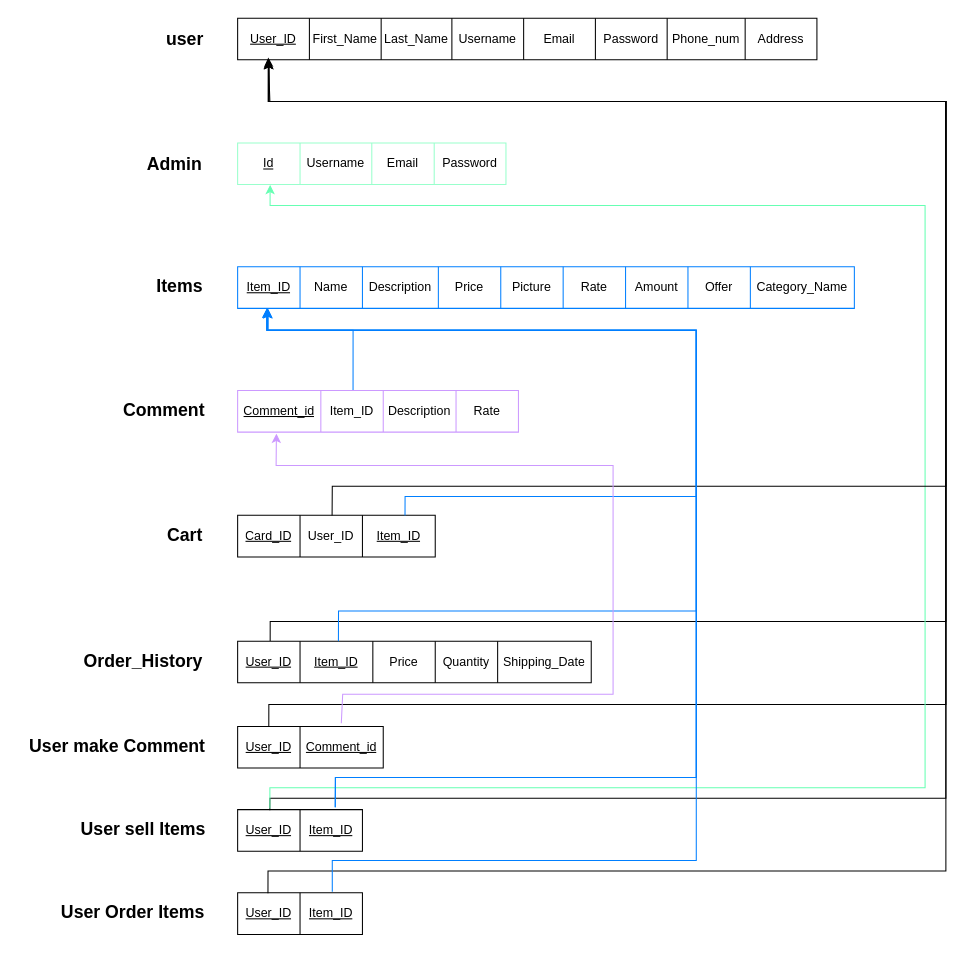
khaledkaram510/SWE-project keeps this draw.io diagram as digrams/database_Digram.drawio. Above is the earlier version. Source tidied: cells renumbered, new cells numbered last; positions are measured from the earlier drawing's top-left corner, leaving out a move shared by most shapes. Both pictures are drawn from the tidied source at 104%, with x=0, y=0 at pixel (18, 18).
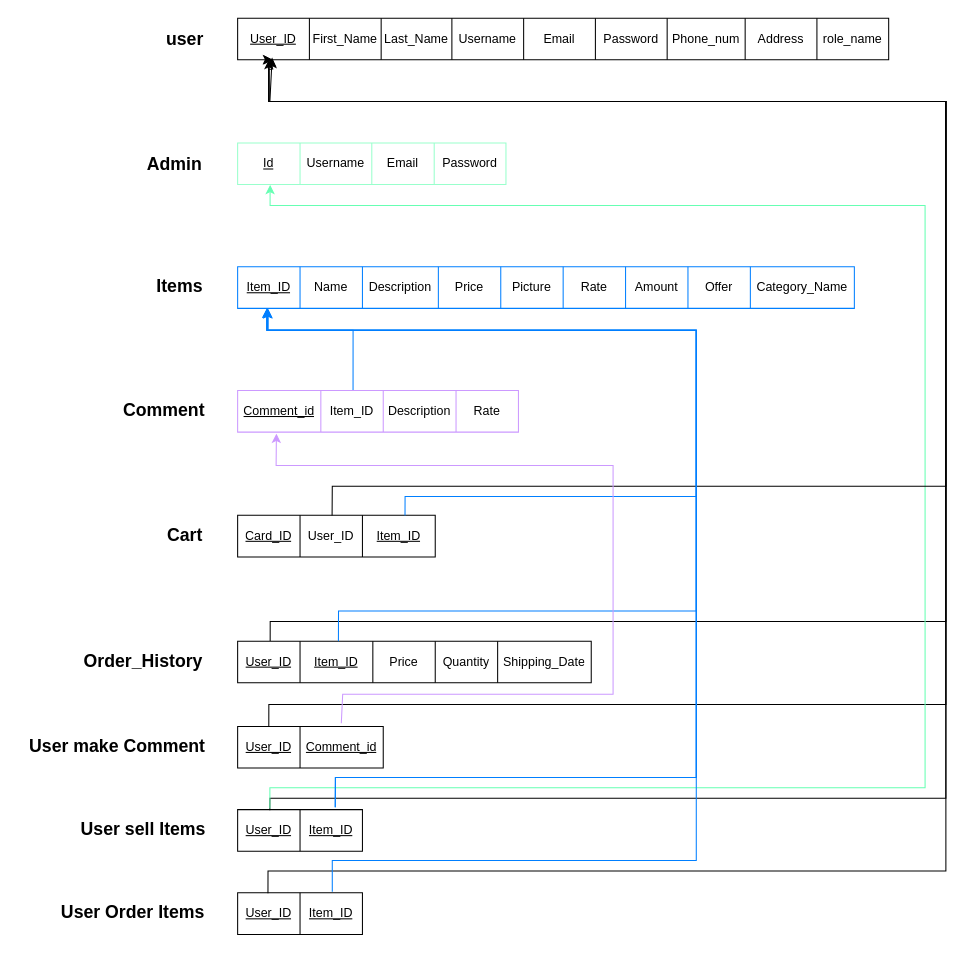
The same page after the edit.

Unchanged cells that the change refers to:
```xml
<mxCell id="46" style="shape=tableRow;horizontal=0;startSize=0;swimlaneHead=0;swimlaneBody=0;strokeColor=inherit;top=0;left=0;bottom=0;right=0;fillColor=none;points=[[0,0.5],[1,0.5]];portConstraint=eastwest;" parent="45" vertex="1">
  <mxGeometry width="340" height="40" as="geometry" />
</mxCell>
```

What changed in the source:
```diff
@@
     <mxCell id="2" style="shape=table;startSize=0;childLayout=tableLayout;" parent="1" vertex="1">
-      <mxGeometry x="211" width="557" height="40" as="geometry" />
+      <mxGeometry x="211" width="626" height="40" as="geometry" />
     </mxCell>
     <mxCell id="3" style="shape=tableRow;horizontal=0;startSize=0;swimlaneHead=0;swimlaneBody=0;strokeColor=inherit;top=0;left=0;bottom=0;right=0;fillColor=none;points=[[0,0.5],[1,0.5]];portConstraint=eastwest;" parent="2" vertex="1">
-      <mxGeometry width="557" height="40" as="geometry" />
+      <mxGeometry width="626" height="40" as="geometry" />
     </mxCell>
@@
+    <mxCell id="81" value="&lt;div&gt;role_name&lt;/div&gt;" style="shape=partialRectangle;html=1;whiteSpace=wrap;strokeColor=inherit;overflow=hidden;fillColor=none;top=0;left=0;bottom=0;right=0;" parent="3" vertex="1">
+      <mxGeometry x="557" width="69" height="40" as="geometry" />
+    </mxCell>
@@
-    <mxCell id="71" style="endArrow=classic;html=1;rounded=0;entryX=0.053;entryY=0.996;entryDx=0;entryDy=0;entryPerimeter=0;edgeStyle=orthogonalEdgeStyle;elbow=vertical;strokeColor=default;exitX=0.092;exitY=-0.003;exitDx=0;exitDy=0;exitPerimeter=0;" parent="1" edge="1" source="46" target="3">
+    <mxCell id="71" style="endArrow=classic;html=1;rounded=0;edgeStyle=orthogonalEdgeStyle;elbow=vertical;strokeColor=default;exitX=0.092;exitY=-0.003;exitDx=0;exitDy=0;exitPerimeter=0;entryX=0.053;entryY=0.979;entryDx=0;entryDy=0;entryPerimeter=0;" parent="1" edge="1" source="46" target="3">
       <mxGeometry relative="1" as="geometry">
         <Array as="points">
           <mxPoint x="242" y="580" />
           <mxPoint x="892" y="580" />
           <mxPoint x="892" y="80" />
           <mxPoint x="241" y="80" />
-          <mxPoint x="241" y="40" />
+          <mxPoint x="241" y="49" />
+          <mxPoint x="244" y="49" />
+          <mxPoint x="244" y="39" />
         </Array>
       </mxGeometry>
     </mxCell>
```
